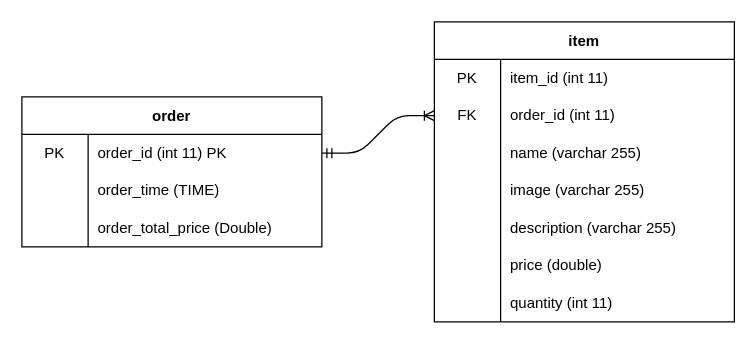
Earlier version of the draw.io diagram DOCS/Diagrams/ERD Diagram.drawio (alexxGmZ/MenuMaApp). Source tidied: cells renumbered, new cells numbered last; positions are measured from the earlier drawing's top-left corner, leaving out a move shared by most shapes. Both pictures are drawn from the tidied source at 125%, with x=0, y=0 at pixel (21, 21).
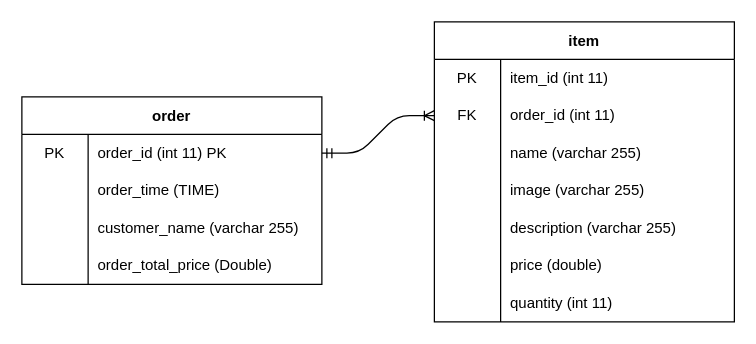
The same page after the edit.

Commit message:
erd: add customer_name in order table

What changed in the source:
```diff
@@
     <mxCell id="2" value="order" style="shape=table;startSize=30;childLayout=tableLayout;rowLines=0;fontStyle=1;" parent="1" vertex="1">
-      <mxGeometry y="60" width="240" height="120" as="geometry" />
+      <mxGeometry y="60" width="240" height="150" as="geometry" />
     </mxCell>
@@
+    <mxCell id="35" style="shape=tableRow;horizontal=0;startSize=0;swimlaneHead=0;swimlaneBody=0;top=0;left=0;bottom=0;right=0;fillColor=none;" parent="2" vertex="1">
+      <mxGeometry y="90" width="240" height="30" as="geometry" />
+    </mxCell>
+    <mxCell id="36" style="shape=partialRectangle;html=1;whiteSpace=wrap;fillColor=none;top=0;left=0;bottom=0;right=0;overflow=hidden;" parent="35" vertex="1">
+      <mxGeometry width="53" height="30" as="geometry" />
+    </mxCell>
+    <mxCell id="37" value="customer_name (varchar 255)" style="shape=partialRectangle;html=1;whiteSpace=wrap;fillColor=none;top=0;left=0;bottom=0;right=0;align=left;spacingLeft=6;overflow=hidden;" parent="35" vertex="1">
+      <mxGeometry x="53" width="187" height="30" as="geometry" />
+    </mxCell>
     <mxCell id="9" style="shape=tableRow;horizontal=0;startSize=0;swimlaneHead=0;swimlaneBody=0;top=0;left=0;bottom=0;right=0;fillColor=none;" parent="2" vertex="1">
-      <mxGeometry y="90" width="240" height="30" as="geometry" />
+      <mxGeometry y="120" width="240" height="30" as="geometry" />
     </mxCell>
```
